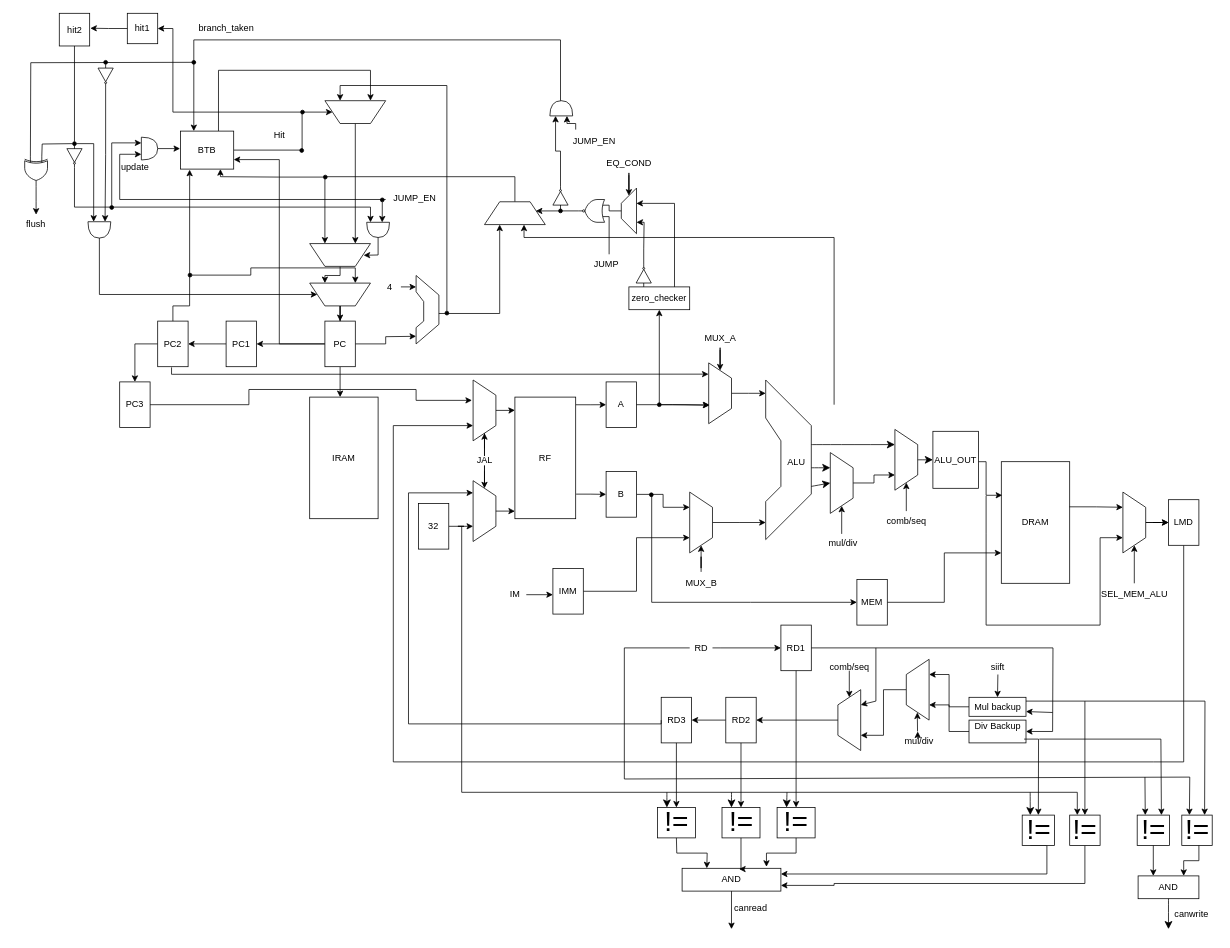
This is dlx.drawio from Luca-002/dlx, a draw.io file, before an edit. Source tidied: cells renumbered, new cells numbered last; positions are measured from the earlier drawing's top-left corner, leaving out a move shared by most shapes. Both pictures are drawn from the tidied source at 76%, with x=0, y=0 at pixel (13, 13).
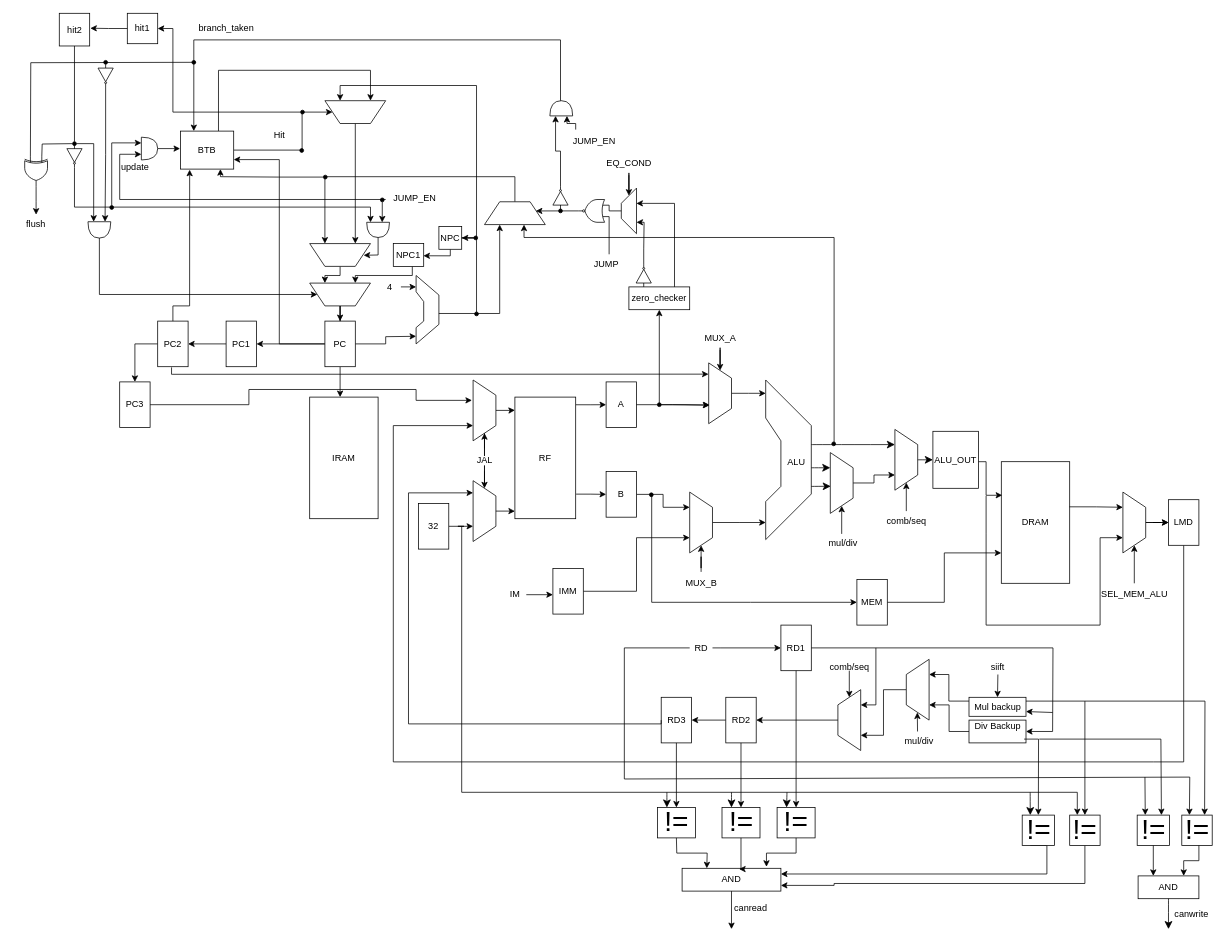
The same diagram, later.

The change refers to these unchanged cells:
```xml
<mxCell id="81" style="shape=trapezoid;perimeter=trapezoidPerimeter;whiteSpace=wrap;html=1;fixedSize=1;rotation=-180;" parent="1" vertex="1">
  <mxGeometry x="410" y="115" width="80" height="30" as="geometry" />
</mxCell>
<mxCell id="137" style="shape=trapezoid;perimeter=trapezoidPerimeter;whiteSpace=wrap;html=1;fixedSize=1;rotation=-180;" parent="1" vertex="1">
  <mxGeometry x="390" y="355" width="80" height="30" as="geometry" />
</mxCell>
<mxCell id="170" value="&lt;div&gt;Mul backup&lt;/div&gt;" style="rounded=0;whiteSpace=wrap;html=1;" parent="1" vertex="1">
  <mxGeometry x="1257.5" y="900" width="75" height="25" as="geometry" />
</mxCell>
<mxCell id="173" style="shape=trapezoid;perimeter=trapezoidPerimeter;whiteSpace=wrap;html=1;fixedSize=1;rotation=-90;" parent="1" vertex="1">
  <mxGeometry x="1060" y="915" width="80" height="30" as="geometry" />
</mxCell>
<mxCell id="175" style="shape=trapezoid;perimeter=trapezoidPerimeter;whiteSpace=wrap;html=1;fixedSize=1;rotation=-90;" parent="1" vertex="1">
  <mxGeometry x="1150" y="875" width="80" height="30" as="geometry" />
</mxCell>
<mxCell id="182" value="&lt;div&gt;&amp;nbsp;mul/div&lt;/div&gt;&lt;div&gt;&lt;br&gt;&lt;/div&gt;" style="text;html=1;align=center;verticalAlign=middle;points=[];strokeColor=none;fillColor=none;rotation=0;" parent="1" vertex="1">
  <mxGeometry x="1160" y="945" width="60" height="40" as="geometry" />
</mxCell>
<mxCell id="219" style="shape=trapezoid;perimeter=trapezoidPerimeter;whiteSpace=wrap;html=1;fixedSize=1;rotation=-270;" parent="1" vertex="1">
  <mxGeometry x="1050" y="603" width="80" height="30" as="geometry" />
</mxCell>
```

The edit, as a diff of the source:
```diff
@@
     <mxCell id="54" style="edgeStyle=orthogonalEdgeStyle;rounded=0;orthogonalLoop=1;jettySize=auto;html=1;" parent="1" edge="1">
       <mxGeometry relative="1" as="geometry">
-        <mxPoint x="1080" y="515" as="sourcePoint" />
+        <mxPoint x="1080" y="565" as="sourcePoint" />
         <mxPoint x="672" y="278" as="targetPoint" />
         <Array as="points">
           <mxPoint x="1080" y="295" />
           <mxPoint x="672" y="295" />
         </Array>
       </mxGeometry>
     </mxCell>
@@
     <mxCell id="74" style="edgeStyle=orthogonalEdgeStyle;rounded=0;jettySize=auto;html=1;entryX=0.75;entryY=1;entryDx=0;entryDy=0;" parent="1" edge="1" source="75" target="81">
       <mxGeometry relative="1" as="geometry">
         <Array as="points">
-          <mxPoint x="570" y="95" />
+          <mxPoint x="610" y="395" />
+          <mxPoint x="610" y="95" />
           <mxPoint x="430" y="95" />
         </Array>
       </mxGeometry>
     </mxCell>
     <mxCell id="75" style="ellipse;whiteSpace=wrap;html=1;fillColor=#000000;" parent="1" vertex="1">
-      <mxGeometry x="568" y="392" width="5" height="5" as="geometry" />
+      <mxGeometry x="607" y="393" width="5" height="5" as="geometry" />
     </mxCell>
@@
-    <mxCell id="138" style="edgeStyle=orthogonalEdgeStyle;rounded=0;jettySize=auto;html=1;entryX=0.25;entryY=1;entryDx=0;entryDy=0;" parent="1" edge="1" source="139" target="137">
-      <mxGeometry relative="1" as="geometry" />
-    </mxCell>
-    <mxCell id="139" style="ellipse;whiteSpace=wrap;html=1;fillColor=#000000;" parent="1" vertex="1">
-      <mxGeometry x="230" y="342" width="5" height="5" as="geometry" />
-    </mxCell>
@@
     <mxCell id="169" style="edgeStyle=orthogonalEdgeStyle;rounded=0;jettySize=auto;html=1;entryX=0.75;entryY=1;entryDx=0;entryDy=0;" parent="1" edge="1" source="170" target="175">
-      <mxGeometry relative="1" as="geometry" />
+      <mxGeometry relative="1" as="geometry">
+        <Array as="points">
+          <mxPoint x="1231" y="905" />
+          <mxPoint x="1231" y="870" />
+        </Array>
+      </mxGeometry>
     </mxCell>
@@
-    <mxCell id="181" style="endArrow=classic;html=1;rounded=0;" parent="1" edge="1" target="182">
-      <mxGeometry relative="1" as="geometry">
-        <mxPoint x="1190" y="955" as="sourcePoint" />
-      </mxGeometry>
-    </mxCell>
@@
     <mxCell id="183" style="endArrow=classic;html=1;rounded=0;entryX=0.75;entryY=1;entryDx=0;entryDy=0;" parent="1" edge="1" target="173">
       <mxGeometry relative="1" as="geometry">
         <mxPoint x="1135" y="835" as="sourcePoint" />
         <Array as="points">
-          <mxPoint x="1135" y="905" />
+          <mxPoint x="1135" y="910" />
         </Array>
       </mxGeometry>
     </mxCell>
@@
-    <mxCell id="220" style="endArrow=classic;html=1;rounded=0;fontSize=12;startSize=8;endSize=8;curved=1;entryX=0.5;entryY=1;entryDx=0;entryDy=0;" parent="1" edge="1" target="219">
+    <mxCell id="220" style="endArrow=classic;html=1;rounded=0;fontSize=12;startSize=8;endSize=8;curved=1;entryX=0.554;entryY=0.98;entryDx=0;entryDy=0;entryPerimeter=0;" parent="1" edge="1" target="219">
       <mxGeometry relative="1" as="geometry">
         <mxPoint x="1050" y="622.5" as="sourcePoint" />
       </mxGeometry>
     </mxCell>
@@
+    <mxCell id="226" style="edgeStyle=orthogonalEdgeStyle;rounded=0;jettySize=auto;html=1;entryX=1;entryY=0.5;entryDx=0;entryDy=0;" parent="1" edge="1" source="227" target="229">
+      <mxGeometry relative="1" as="geometry" />
+    </mxCell>
+    <mxCell id="227" style="ellipse;whiteSpace=wrap;html=1;fillColor=#000000;" parent="1" vertex="1">
+      <mxGeometry x="606" y="293" width="5" height="5" as="geometry" />
+    </mxCell>
+    <mxCell id="228" style="edgeStyle=orthogonalEdgeStyle;rounded=0;jettySize=auto;html=1;entryX=0.991;entryY=0.535;entryDx=0;entryDy=0;entryPerimeter=0;" parent="1" edge="1" source="229" target="231">
+      <mxGeometry relative="1" as="geometry">
+        <Array as="points">
+          <mxPoint x="575" y="319" />
+          <mxPoint x="540" y="319" />
+        </Array>
+      </mxGeometry>
+    </mxCell>
+    <mxCell id="229" value="NPC" style="whiteSpace=wrap;html=1;" parent="1" vertex="1">
+      <mxGeometry x="560" y="280.5" width="30" height="30" as="geometry" />
+    </mxCell>
+    <mxCell id="230" style="edgeStyle=orthogonalEdgeStyle;rounded=0;jettySize=auto;html=1;entryX=0.25;entryY=1;entryDx=0;entryDy=0;" parent="1" edge="1" source="231" target="137">
+      <mxGeometry relative="1" as="geometry">
+        <Array as="points">
+          <mxPoint x="525" y="345" />
+          <mxPoint x="450" y="345" />
+        </Array>
+      </mxGeometry>
+    </mxCell>
+    <mxCell id="231" value="NPC1" style="whiteSpace=wrap;html=1;" parent="1" vertex="1">
+      <mxGeometry x="500" y="303" width="40" height="30" as="geometry" />
+    </mxCell>
+    <mxCell id="232" style="ellipse;whiteSpace=wrap;html=1;fillColor=#000000;" parent="1" vertex="1">
+      <mxGeometry x="1077" y="564" width="5" height="5" as="geometry" />
+    </mxCell>
```
